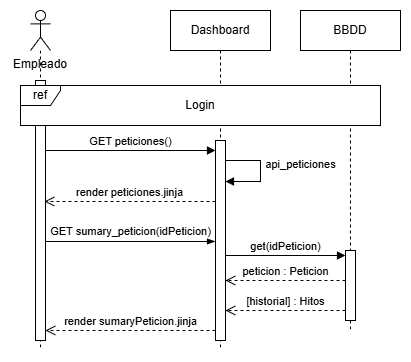
humaral/tfg keeps this draw.io diagram as documents/img/diagramas/secuencia_detalles_peticion.png. Above is the earlier version. Source tidied: cells renumbered, new cells last; positions are measured from the earlier drawing's top-left corner, leaving out a move shared by most shapes. Its diagram source:
```xml
<mxGraphModel>
  <root>
    <mxCell id="0" />
    <mxCell id="1" parent="0" />
    <mxCell id="2" style="shape=umlLifeline;perimeter=lifelinePerimeter;whiteSpace=wrap;html=1;newEdgeStyle={&quot;curved&quot;:0,&quot;rounded&quot;:0};participant=umlActor;" parent="1" vertex="1">
      <mxGeometry x="20" width="20" height="340" as="geometry" />
    </mxCell>
    <mxCell id="3" value="Dashboard" style="shape=umlLifeline;perimeter=lifelinePerimeter;whiteSpace=wrap;html=1;outlineConnect=0;portConstraint=eastwest;newEdgeStyle={&quot;edgeStyle&quot;:&quot;elbowEdgeStyle&quot;,&quot;elbow&quot;:&quot;vertical&quot;,&quot;curved&quot;:0,&quot;rounded&quot;:0};" parent="1" vertex="1">
      <mxGeometry x="160" width="100" height="340" as="geometry" />
    </mxCell>
    <mxCell id="4" style="html=1;points=[[0,0,0,0,5],[0,1,0,0,-5],[1,0,0,0,5],[1,1,0,0,-5]];perimeter=orthogonalPerimeter;outlineConnect=0;targetShapes=umlLifeline;portConstraint=eastwest;newEdgeStyle={&quot;curved&quot;:0,&quot;rounded&quot;:0};" parent="3" vertex="1">
      <mxGeometry x="45" y="130" width="10" height="200" as="geometry" />
    </mxCell>
    <mxCell id="5" value="api_peticiones" style="html=1;verticalAlign=bottom;endArrow=block;curved=0;rounded=0;" parent="3" edge="1" source="4">
      <mxGeometry x="0.05" y="40" relative="1" as="geometry">
        <mxPoint x="55" y="171" as="targetPoint" />
        <Array as="points">
          <mxPoint x="70" y="150" />
          <mxPoint x="90" y="150" />
          <mxPoint x="90" y="171" />
        </Array>
      </mxGeometry>
    </mxCell>
    <mxCell id="6" value="render peticiones.jinja" style="html=1;verticalAlign=bottom;endArrow=open;dashed=1;endSize=8;curved=0;rounded=0;" parent="3" edge="1" source="4">
      <mxGeometry relative="1" as="geometry">
        <mxPoint x="-126" y="191" as="targetPoint" />
        <Array as="points">
          <mxPoint x="-51" y="191" />
        </Array>
      </mxGeometry>
    </mxCell>
    <mxCell id="7" style="html=1;points=[[0,0,0,0,5],[0,1,0,0,-5],[1,0,0,0,5],[1,1,0,0,-5]];perimeter=orthogonalPerimeter;outlineConnect=0;targetShapes=umlLifeline;portConstraint=eastwest;newEdgeStyle={&quot;curved&quot;:0,&quot;rounded&quot;:0};" parent="3" vertex="1">
      <mxGeometry x="-135" y="70" width="10" height="260" as="geometry" />
    </mxCell>
    <mxCell id="8" style="edgeStyle=elbowEdgeStyle;fontSize=12;html=1;endArrow=blockThin;endFill=1;rounded=0;" parent="3" edge="1" source="7" target="4">
      <mxGeometry relative="1" as="geometry">
        <Array as="points">
          <mxPoint x="-40" y="231" />
        </Array>
      </mxGeometry>
    </mxCell>
    <mxCell id="9" value="GET sumary_peticion(idPeticion)" style="edgeLabel;html=1;align=center;verticalAlign=middle;" parent="8" vertex="1">
      <mxGeometry x="0.36" y="-1" relative="1" as="geometry">
        <mxPoint x="-31" y="-11" as="offset" />
      </mxGeometry>
    </mxCell>
    <mxCell id="10" value="render sumaryPeticion.jinja" style="html=1;verticalAlign=bottom;endArrow=open;dashed=1;endSize=8;curved=0;rounded=0;" parent="3" edge="1" source="4" target="7">
      <mxGeometry relative="1" as="geometry">
        <Array as="points">
          <mxPoint x="30" y="320" />
          <mxPoint y="320" />
        </Array>
      </mxGeometry>
    </mxCell>
    <mxCell id="11" value="Empleado" style="text;html=1;whiteSpace=wrap;strokeColor=none;fillColor=none;align=center;verticalAlign=middle;rounded=0;" parent="1" vertex="1">
      <mxGeometry y="39" width="60" height="30" as="geometry" />
    </mxCell>
    <mxCell id="12" value="GET peticiones()" style="html=1;verticalAlign=bottom;endArrow=block;curved=0;rounded=0;entryX=0;entryY=0;entryDx=0;entryDy=5;" parent="1" edge="1">
      <mxGeometry relative="1" as="geometry">
        <mxPoint x="35" y="140" as="sourcePoint" />
        <mxPoint x="205" y="140" as="targetPoint" />
      </mxGeometry>
    </mxCell>
    <mxCell id="13" value="BBDD" style="shape=umlLifeline;perimeter=lifelinePerimeter;whiteSpace=wrap;html=1;newEdgeStyle={&quot;curved&quot;:0,&quot;rounded&quot;:0};" parent="1" vertex="1">
      <mxGeometry x="290" width="100" height="320" as="geometry" />
    </mxCell>
    <mxCell id="14" style="html=1;points=[[0,0,0,0,5],[0,1,0,0,-5],[1,0,0,0,5],[1,1,0,0,-5]];perimeter=orthogonalPerimeter;outlineConnect=0;targetShapes=umlLifeline;portConstraint=eastwest;newEdgeStyle={&quot;curved&quot;:0,&quot;rounded&quot;:0};" parent="13" vertex="1">
      <mxGeometry x="45" y="240" width="10" height="70" as="geometry" />
    </mxCell>
    <mxCell id="15" value="get(idPeticion)" style="html=1;verticalAlign=bottom;endArrow=block;curved=0;rounded=0;entryX=0;entryY=0;entryDx=0;entryDy=5;" parent="1" edge="1" source="4" target="14">
      <mxGeometry relative="1" as="geometry" />
    </mxCell>
    <mxCell id="16" value="peticion : Peticion" style="html=1;verticalAlign=bottom;endArrow=open;dashed=1;endSize=8;curved=0;rounded=0;exitX=0;exitY=1;exitDx=0;exitDy=-5;" parent="1" edge="1">
      <mxGeometry relative="1" as="geometry">
        <mxPoint x="335" y="270" as="sourcePoint" />
        <mxPoint x="215" y="270" as="targetPoint" />
      </mxGeometry>
    </mxCell>
    <mxCell id="17" value="[historial] : Hitos" style="html=1;verticalAlign=bottom;endArrow=open;dashed=1;endSize=8;curved=0;rounded=0;" parent="1" edge="1">
      <mxGeometry relative="1" as="geometry">
        <mxPoint x="335" y="300" as="sourcePoint" />
        <mxPoint x="215" y="300" as="targetPoint" />
      </mxGeometry>
    </mxCell>
    <mxCell id="18" value="ref" style="shape=umlFrame;whiteSpace=wrap;html=1;gradientColor=none;strokeColor=default;swimlaneFillColor=default;width=40;height=20;" parent="1" vertex="1">
      <mxGeometry x="10" y="75" width="360" height="40" as="geometry" />
    </mxCell>
    <mxCell id="19" value="Login" style="text;html=1;whiteSpace=wrap;strokeColor=none;fillColor=none;align=center;verticalAlign=middle;rounded=0;" parent="1" vertex="1">
      <mxGeometry x="160" y="80" width="60" height="30" as="geometry" />
    </mxCell>
  </root>
</mxGraphModel>
```
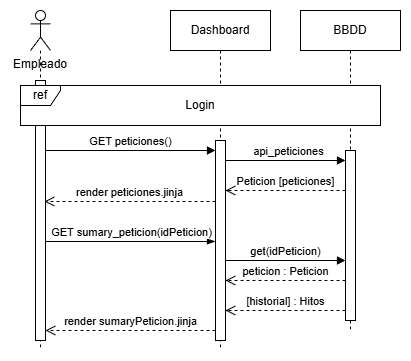
The same diagram one commit later.

Diff of the diagram source:
```diff
@@ -2,6 +2,15 @@
   <root>
     <mxCell id="0" />
     <mxCell id="1" parent="0" />
+    <mxCell id="5" value="api_peticiones" style="html=1;verticalAlign=bottom;endArrow=block;curved=0;rounded=0;" parent="1" edge="1" source="3" target="14">
+      <mxGeometry x="0.08" relative="1" as="geometry">
+        <Array as="points">
+          <mxPoint x="230" y="150" />
+          <mxPoint x="250" y="150" />
+          <mxPoint x="300" y="150" />
+        </Array>
+      </mxGeometry>
+    </mxCell>
     <mxCell id="2" style="shape=umlLifeline;perimeter=lifelinePerimeter;whiteSpace=wrap;html=1;newEdgeStyle={&quot;curved&quot;:0,&quot;rounded&quot;:0};participant=umlActor;" parent="1" vertex="1">
       <mxGeometry x="20" width="20" height="340" as="geometry" />
     </mxCell>
@@ -11,16 +20,6 @@
     <mxCell id="4" style="html=1;points=[[0,0,0,0,5],[0,1,0,0,-5],[1,0,0,0,5],[1,1,0,0,-5]];perimeter=orthogonalPerimeter;outlineConnect=0;targetShapes=umlLifeline;portConstraint=eastwest;newEdgeStyle={&quot;curved&quot;:0,&quot;rounded&quot;:0};" parent="3" vertex="1">
       <mxGeometry x="45" y="130" width="10" height="200" as="geometry" />
     </mxCell>
-    <mxCell id="5" value="api_peticiones" style="html=1;verticalAlign=bottom;endArrow=block;curved=0;rounded=0;" parent="3" edge="1" source="4">
-      <mxGeometry x="0.05" y="40" relative="1" as="geometry">
-        <mxPoint x="55" y="171" as="targetPoint" />
-        <Array as="points">
-          <mxPoint x="70" y="150" />
-          <mxPoint x="90" y="150" />
-          <mxPoint x="90" y="171" />
-        </Array>
-      </mxGeometry>
-    </mxCell>
     <mxCell id="6" value="render peticiones.jinja" style="html=1;verticalAlign=bottom;endArrow=open;dashed=1;endSize=8;curved=0;rounded=0;" parent="3" edge="1" source="4">
       <mxGeometry relative="1" as="geometry">
         <mxPoint x="-126" y="191" as="targetPoint" />
@@ -65,10 +64,14 @@
       <mxGeometry x="290" width="100" height="320" as="geometry" />
     </mxCell>
     <mxCell id="14" style="html=1;points=[[0,0,0,0,5],[0,1,0,0,-5],[1,0,0,0,5],[1,1,0,0,-5]];perimeter=orthogonalPerimeter;outlineConnect=0;targetShapes=umlLifeline;portConstraint=eastwest;newEdgeStyle={&quot;curved&quot;:0,&quot;rounded&quot;:0};" parent="13" vertex="1">
-      <mxGeometry x="45" y="240" width="10" height="70" as="geometry" />
+      <mxGeometry x="45" y="140" width="10" height="170" as="geometry" />
     </mxCell>
-    <mxCell id="15" value="get(idPeticion)" style="html=1;verticalAlign=bottom;endArrow=block;curved=0;rounded=0;entryX=0;entryY=0;entryDx=0;entryDy=5;" parent="1" edge="1" source="4" target="14">
-      <mxGeometry relative="1" as="geometry" />
+    <mxCell id="15" value="get(idPeticion)" style="html=1;verticalAlign=bottom;endArrow=block;curved=0;rounded=0;" parent="1" edge="1" source="4" target="14">
+      <mxGeometry relative="1" as="geometry">
+        <Array as="points">
+          <mxPoint x="280" y="250" />
+        </Array>
+      </mxGeometry>
     </mxCell>
     <mxCell id="16" value="peticion : Peticion" style="html=1;verticalAlign=bottom;endArrow=open;dashed=1;endSize=8;curved=0;rounded=0;exitX=0;exitY=1;exitDx=0;exitDy=-5;" parent="1" edge="1">
       <mxGeometry relative="1" as="geometry">
@@ -88,5 +91,12 @@
     <mxCell id="19" value="Login" style="text;html=1;whiteSpace=wrap;strokeColor=none;fillColor=none;align=center;verticalAlign=middle;rounded=0;" parent="1" vertex="1">
       <mxGeometry x="160" y="80" width="60" height="30" as="geometry" />
     </mxCell>
+    <mxCell id="20" value="Peticion [peticiones]" style="html=1;verticalAlign=bottom;endArrow=open;dashed=1;endSize=8;curved=0;rounded=0;" parent="1" edge="1" source="14" target="4">
+      <mxGeometry relative="1" as="geometry">
+        <Array as="points">
+          <mxPoint x="280" y="180" />
+        </Array>
+      </mxGeometry>
+    </mxCell>
   </root>
 </mxGraphModel>
```
